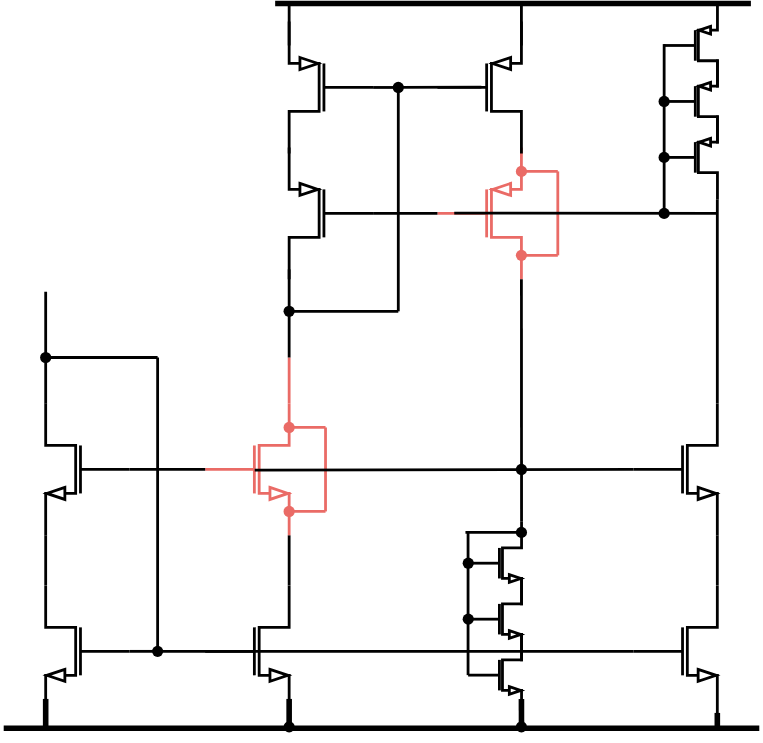
Before: 2024/07/27/biasing/cascode_selfbias.drawio.svg, a diagram exported from draw.io (raytroop/raytroop.github.io). Source tidied: cells renumbered, new cells last; positions are measured from the earlier drawing's top-left corner, leaving out a move shared by most shapes. Source of this version:
```xml
<mxGraphModel>
  <root>
    <mxCell id="0" />
    <mxCell id="1" parent="0" />
    <mxCell id="2" style="verticalLabelPosition=bottom;shadow=0;dashed=0;align=center;html=1;verticalAlign=top;shape=mxgraph.electrical.transistors.nmos;flipH=1;strokeWidth=2;" parent="1" vertex="1">
      <mxGeometry x="30" y="283" width="60" height="100" as="geometry" />
    </mxCell>
    <mxCell id="3" style="verticalLabelPosition=bottom;shadow=0;dashed=0;align=center;html=1;verticalAlign=top;shape=mxgraph.electrical.transistors.nmos;flipH=1;strokeWidth=2;" parent="1" vertex="1">
      <mxGeometry x="30" y="413" width="60" height="100" as="geometry" />
    </mxCell>
    <mxCell id="4" style="edgeStyle=orthogonalEdgeStyle;rounded=0;jettySize=auto;html=1;exitX=1;exitY=1;exitDx=0;exitDy=0;exitPerimeter=0;entryX=1;entryY=0;entryDx=0;entryDy=0;entryPerimeter=0;endArrow=none;endFill=0;strokeWidth=2;" parent="1" edge="1" source="2" target="3">
      <mxGeometry relative="1" as="geometry" />
    </mxCell>
    <mxCell id="5" style="verticalLabelPosition=bottom;shadow=0;dashed=0;align=center;html=1;verticalAlign=top;shape=mxgraph.electrical.transistors.nmos;flipH=0;strokeWidth=2;strokeColor=#EA6B66;" parent="1" vertex="1">
      <mxGeometry x="144" y="283" width="60" height="100" as="geometry" />
    </mxCell>
    <mxCell id="6" style="verticalLabelPosition=bottom;shadow=0;dashed=0;align=center;html=1;verticalAlign=top;shape=mxgraph.electrical.transistors.nmos;flipH=0;strokeWidth=2;" parent="1" vertex="1">
      <mxGeometry x="144" y="413" width="60" height="100" as="geometry" />
    </mxCell>
    <mxCell id="7" style="edgeStyle=orthogonalEdgeStyle;rounded=0;jettySize=auto;html=1;exitX=1;exitY=1;exitDx=0;exitDy=0;exitPerimeter=0;entryX=1;entryY=0;entryDx=0;entryDy=0;entryPerimeter=0;endArrow=none;endFill=0;strokeWidth=2;" parent="1" edge="1" source="5" target="6">
      <mxGeometry relative="1" as="geometry" />
    </mxCell>
    <mxCell id="8" style="endArrow=none;html=1;rounded=0;entryX=0;entryY=0.5;entryDx=0;entryDy=0;entryPerimeter=0;strokeWidth=2;" parent="1" edge="1" target="5">
      <mxGeometry relative="1" as="geometry">
        <mxPoint x="90" y="333" as="sourcePoint" />
      </mxGeometry>
    </mxCell>
    <mxCell id="9" style="endArrow=none;html=1;rounded=0;entryX=0;entryY=0.5;entryDx=0;entryDy=0;entryPerimeter=0;strokeWidth=2;" parent="1" edge="1" source="12" target="54">
      <mxGeometry relative="1" as="geometry" />
    </mxCell>
    <mxCell id="10" style="endArrow=none;html=1;rounded=0;strokeWidth=2;" parent="1" edge="1">
      <mxGeometry relative="1" as="geometry">
        <mxPoint x="110" y="463" as="sourcePoint" />
        <mxPoint x="110" y="253" as="targetPoint" />
      </mxGeometry>
    </mxCell>
    <mxCell id="11" style="endArrow=none;html=1;rounded=0;entryDx=0;entryDy=0;entryPerimeter=0;strokeWidth=2;" parent="1" edge="1" target="12">
      <mxGeometry relative="1" as="geometry">
        <mxPoint x="90" y="463" as="sourcePoint" />
      </mxGeometry>
    </mxCell>
    <mxCell id="12" style="shape=waypoint;sketch=0;fillStyle=solid;size=6;points=[];fillColor=none;perimeter=centerPerimeter;snapToPoint=1;strokeWidth=2;" parent="1" vertex="1">
      <mxGeometry x="100" y="453" width="20" height="20" as="geometry" />
    </mxCell>
    <mxCell id="13" style="endArrow=none;html=1;rounded=0;strokeWidth=2;" parent="1" edge="1">
      <mxGeometry relative="1" as="geometry">
        <mxPoint x="30" y="253" as="sourcePoint" />
        <mxPoint x="110" y="253" as="targetPoint" />
      </mxGeometry>
    </mxCell>
    <mxCell id="14" style="endArrow=none;html=1;rounded=0;strokeWidth=2;" parent="1" edge="1" source="16">
      <mxGeometry relative="1" as="geometry">
        <mxPoint x="30" y="206" as="targetPoint" />
      </mxGeometry>
    </mxCell>
    <mxCell id="15" style="endArrow=none;html=1;rounded=0;strokeWidth=2;" parent="1" edge="1" target="16">
      <mxGeometry relative="1" as="geometry">
        <mxPoint x="30" y="286" as="sourcePoint" />
      </mxGeometry>
    </mxCell>
    <mxCell id="16" style="shape=waypoint;sketch=0;fillStyle=solid;size=6;points=[];fillColor=none;perimeter=centerPerimeter;snapToPoint=1;strokeWidth=2;" parent="1" vertex="1">
      <mxGeometry x="20" y="243" width="20" height="20" as="geometry" />
    </mxCell>
    <mxCell id="17" style="endArrow=none;html=1;rounded=0;strokeWidth=2;strokeColor=#EA6B66;" parent="1" edge="1">
      <mxGeometry relative="1" as="geometry">
        <mxPoint x="204" y="303" as="sourcePoint" />
        <mxPoint x="230" y="303" as="targetPoint" />
      </mxGeometry>
    </mxCell>
    <mxCell id="18" style="endArrow=none;html=1;rounded=0;strokeWidth=2;strokeColor=#EA6B66;" parent="1" edge="1">
      <mxGeometry relative="1" as="geometry">
        <mxPoint x="204" y="363" as="sourcePoint" />
        <mxPoint x="230" y="363" as="targetPoint" />
      </mxGeometry>
    </mxCell>
    <mxCell id="19" style="endArrow=none;html=1;rounded=0;strokeWidth=2;strokeColor=#EA6B66;" parent="1" edge="1">
      <mxGeometry relative="1" as="geometry">
        <mxPoint x="230" y="363" as="sourcePoint" />
        <mxPoint x="230" y="303" as="targetPoint" />
      </mxGeometry>
    </mxCell>
    <mxCell id="20" style="shape=waypoint;sketch=0;fillStyle=solid;size=6;fillColor=none;perimeter=centerPerimeter;strokeWidth=2;strokeColor=#EA6B66;" parent="1" vertex="1">
      <mxGeometry x="194" y="353" width="20" height="20" as="geometry" />
    </mxCell>
    <mxCell id="21" style="shape=waypoint;sketch=0;fillStyle=solid;size=6;fillColor=none;perimeter=centerPerimeter;strokeWidth=2;strokeColor=#EA6B66;" parent="1" vertex="1">
      <mxGeometry x="194" y="293" width="20" height="20" as="geometry" />
    </mxCell>
    <mxCell id="22" style="endArrow=none;html=1;rounded=0;exitX=1;exitY=0;exitDx=0;exitDy=0;exitPerimeter=0;strokeWidth=2;strokeColor=#EA6B66;" parent="1" edge="1" source="5">
      <mxGeometry relative="1" as="geometry">
        <mxPoint x="204" y="253" as="targetPoint" />
      </mxGeometry>
    </mxCell>
    <mxCell id="23" style="verticalLabelPosition=bottom;shadow=0;dashed=0;align=center;html=1;verticalAlign=top;shape=mxgraph.electrical.transistors.pmos;direction=east;flipH=1;strokeWidth=2;" parent="1" vertex="1">
      <mxGeometry x="204" y="100" width="60" height="100" as="geometry" />
    </mxCell>
    <mxCell id="24" style="verticalLabelPosition=bottom;shadow=0;dashed=0;align=center;html=1;verticalAlign=top;shape=mxgraph.electrical.transistors.pmos;direction=east;flipH=1;strokeWidth=2;" parent="1" vertex="1">
      <mxGeometry x="204" y="10" width="60" height="100" as="geometry" />
    </mxCell>
    <mxCell id="25" style="endArrow=none;html=1;rounded=0;strokeWidth=2;" parent="1" edge="1">
      <mxGeometry relative="1" as="geometry">
        <mxPoint x="204" y="253" as="sourcePoint" />
        <mxPoint x="204" y="190" as="targetPoint" />
      </mxGeometry>
    </mxCell>
    <mxCell id="26" style="endArrow=none;html=1;rounded=0;exitDx=0;exitDy=0;exitPerimeter=0;entryX=0.523;entryY=0.498;entryDx=0;entryDy=0;entryPerimeter=0;strokeWidth=2;" parent="1" edge="1" source="32" target="34">
      <mxGeometry relative="1" as="geometry" />
    </mxCell>
    <mxCell id="27" style="endArrow=none;html=1;rounded=0;strokeWidth=2;" parent="1" edge="1">
      <mxGeometry relative="1" as="geometry">
        <mxPoint x="282" y="220" as="sourcePoint" />
        <mxPoint x="282" y="60" as="targetPoint" />
      </mxGeometry>
    </mxCell>
    <mxCell id="28" style="endArrow=none;html=1;rounded=0;strokeWidth=2;" parent="1" edge="1" source="30">
      <mxGeometry relative="1" as="geometry">
        <mxPoint x="282" y="220" as="targetPoint" />
      </mxGeometry>
    </mxCell>
    <mxCell id="29" style="endArrow=none;html=1;rounded=0;strokeWidth=2;" parent="1" edge="1" target="30">
      <mxGeometry relative="1" as="geometry">
        <mxPoint x="204" y="220" as="sourcePoint" />
      </mxGeometry>
    </mxCell>
    <mxCell id="30" style="shape=waypoint;sketch=0;fillStyle=solid;size=6;points=[];fillColor=none;perimeter=centerPerimeter;snapToPoint=1;strokeWidth=2;" parent="1" vertex="1">
      <mxGeometry x="194" y="210" width="20" height="20" as="geometry" />
    </mxCell>
    <mxCell id="31" style="endArrow=none;html=1;rounded=0;exitX=0;exitY=0.5;exitDx=0;exitDy=0;exitPerimeter=0;strokeWidth=2;" parent="1" edge="1" source="24" target="32">
      <mxGeometry relative="1" as="geometry" />
    </mxCell>
    <mxCell id="32" style="shape=waypoint;sketch=0;fillStyle=solid;size=6;points=[];fillColor=none;perimeter=centerPerimeter;snapToPoint=1;strokeWidth=2;" parent="1" vertex="1">
      <mxGeometry x="272" y="50" width="20" height="20" as="geometry" />
    </mxCell>
    <mxCell id="33" style="verticalLabelPosition=bottom;shadow=0;dashed=0;align=center;html=1;verticalAlign=top;shape=mxgraph.electrical.transistors.pmos;direction=east;flipH=0;strokeWidth=2;strokeColor=#EA6B66;" parent="1" vertex="1">
      <mxGeometry x="310" y="100" width="60" height="100" as="geometry" />
    </mxCell>
    <mxCell id="34" style="verticalLabelPosition=bottom;shadow=0;dashed=0;align=center;html=1;verticalAlign=top;shape=mxgraph.electrical.transistors.pmos;direction=east;flipH=0;strokeWidth=2;" parent="1" vertex="1">
      <mxGeometry x="310" y="10" width="60" height="100" as="geometry" />
    </mxCell>
    <mxCell id="35" style="endArrow=none;html=1;rounded=0;exitX=0;exitY=0.5;exitDx=0;exitDy=0;exitPerimeter=0;entryX=0;entryY=0.5;entryDx=0;entryDy=0;entryPerimeter=0;strokeWidth=2;" parent="1" edge="1" source="23" target="33">
      <mxGeometry relative="1" as="geometry" />
    </mxCell>
    <mxCell id="36" style="endArrow=none;html=1;rounded=0;strokeWidth=2;strokeColor=#EA6B66;" parent="1" edge="1">
      <mxGeometry relative="1" as="geometry">
        <mxPoint x="370" y="120" as="sourcePoint" />
        <mxPoint x="396" y="120" as="targetPoint" />
      </mxGeometry>
    </mxCell>
    <mxCell id="37" style="endArrow=none;html=1;rounded=0;strokeWidth=2;strokeColor=#EA6B66;" parent="1" edge="1">
      <mxGeometry relative="1" as="geometry">
        <mxPoint x="370" y="180" as="sourcePoint" />
        <mxPoint x="396" y="180" as="targetPoint" />
      </mxGeometry>
    </mxCell>
    <mxCell id="38" style="endArrow=none;html=1;rounded=0;strokeWidth=2;strokeColor=#EA6B66;" parent="1" edge="1">
      <mxGeometry relative="1" as="geometry">
        <mxPoint x="396" y="180" as="sourcePoint" />
        <mxPoint x="396" y="120" as="targetPoint" />
      </mxGeometry>
    </mxCell>
    <mxCell id="39" style="shape=waypoint;sketch=0;fillStyle=solid;size=6;fillColor=none;perimeter=centerPerimeter;strokeWidth=2;strokeColor=#EA6B66;" parent="1" vertex="1">
      <mxGeometry x="360" y="170" width="20" height="20" as="geometry" />
    </mxCell>
    <mxCell id="40" style="shape=waypoint;sketch=0;fillStyle=solid;size=6;fillColor=none;perimeter=centerPerimeter;strokeWidth=2;strokeColor=#EA6B66;" parent="1" vertex="1">
      <mxGeometry x="360" y="110" width="20" height="20" as="geometry" />
    </mxCell>
    <mxCell id="41" style="endArrow=none;html=1;rounded=0;entryX=1;entryY=1;entryDx=0;entryDy=0;entryPerimeter=0;exitX=1;exitY=0;exitDx=0;exitDy=0;exitPerimeter=0;strokeWidth=2;" parent="1" edge="1" source="42" target="33">
      <mxGeometry relative="1" as="geometry" />
    </mxCell>
    <mxCell id="42" style="verticalLabelPosition=bottom;shadow=0;dashed=0;align=center;html=1;verticalAlign=top;shape=mxgraph.electrical.transistors.nmos;flipH=0;strokeWidth=2;" parent="1" vertex="1">
      <mxGeometry x="321" y="370" width="60" height="60" as="geometry" />
    </mxCell>
    <mxCell id="43" style="verticalLabelPosition=bottom;shadow=0;dashed=0;align=center;html=1;verticalAlign=top;shape=mxgraph.electrical.transistors.nmos;flipH=0;strokeWidth=2;" parent="1" vertex="1">
      <mxGeometry x="321" y="410" width="60" height="60" as="geometry" />
    </mxCell>
    <mxCell id="44" style="verticalLabelPosition=bottom;shadow=0;dashed=0;align=center;html=1;verticalAlign=top;shape=mxgraph.electrical.transistors.nmos;flipH=0;strokeWidth=2;" parent="1" vertex="1">
      <mxGeometry x="321" y="450" width="60" height="60" as="geometry" />
    </mxCell>
    <mxCell id="45" style="endArrow=none;html=1;rounded=0;exitX=0.59;exitY=0.509;exitDx=0;exitDy=0;exitPerimeter=0;entryX=0;entryY=0.5;entryDx=0;entryDy=0;entryPerimeter=0;strokeWidth=2;" parent="1" edge="1" target="53">
      <mxGeometry relative="1" as="geometry">
        <mxPoint x="179.4" y="333.4" as="sourcePoint" />
      </mxGeometry>
    </mxCell>
    <mxCell id="46" style="shape=waypoint;sketch=0;fillStyle=solid;size=6;fillColor=none;perimeter=centerPerimeter;strokeWidth=2;" parent="1" vertex="1">
      <mxGeometry x="360" y="323" width="20" height="20" as="geometry" />
    </mxCell>
    <mxCell id="47" style="endArrow=none;html=1;rounded=0;exitX=0;exitY=0.5;exitDx=0;exitDy=0;exitPerimeter=0;strokeWidth=2;" parent="1" edge="1">
      <mxGeometry relative="1" as="geometry">
        <mxPoint x="331.9" y="480" as="sourcePoint" />
        <mxPoint x="331.9" y="377" as="targetPoint" />
      </mxGeometry>
    </mxCell>
    <mxCell id="48" style="shape=waypoint;sketch=0;fillStyle=solid;size=6;fillColor=none;perimeter=centerPerimeter;strokeWidth=2;" parent="1" vertex="1">
      <mxGeometry x="322" y="430" width="20" height="20" as="geometry" />
    </mxCell>
    <mxCell id="49" style="endArrow=none;html=1;rounded=0;strokeWidth=2;" parent="1" edge="1">
      <mxGeometry relative="1" as="geometry">
        <mxPoint x="330" y="378" as="sourcePoint" />
        <mxPoint x="370" y="378" as="targetPoint" />
      </mxGeometry>
    </mxCell>
    <mxCell id="50" style="endArrow=none;html=1;rounded=0;exitX=0;exitY=0.5;exitDx=0;exitDy=0;exitPerimeter=0;strokeWidth=2;" parent="1" edge="1" source="42" target="51">
      <mxGeometry relative="1" as="geometry" />
    </mxCell>
    <mxCell id="51" style="shape=waypoint;sketch=0;fillStyle=solid;size=6;points=[];fillColor=none;perimeter=centerPerimeter;snapToPoint=1;strokeWidth=2;" parent="1" vertex="1">
      <mxGeometry x="322" y="390" width="20" height="20" as="geometry" />
    </mxCell>
    <mxCell id="52" style="shape=waypoint;sketch=0;fillStyle=solid;size=6;fillColor=none;perimeter=centerPerimeter;strokeWidth=2;" parent="1" vertex="1">
      <mxGeometry x="360" y="368" width="20" height="20" as="geometry" />
    </mxCell>
    <mxCell id="53" style="verticalLabelPosition=bottom;shadow=0;dashed=0;align=center;html=1;verticalAlign=top;shape=mxgraph.electrical.transistors.nmos;flipH=0;strokeWidth=2;" parent="1" vertex="1">
      <mxGeometry x="450" y="283" width="60" height="100" as="geometry" />
    </mxCell>
    <mxCell id="54" style="verticalLabelPosition=bottom;shadow=0;dashed=0;align=center;html=1;verticalAlign=top;shape=mxgraph.electrical.transistors.nmos;flipH=0;strokeWidth=2;" parent="1" vertex="1">
      <mxGeometry x="450" y="413" width="60" height="100" as="geometry" />
    </mxCell>
    <mxCell id="55" style="edgeStyle=orthogonalEdgeStyle;rounded=0;jettySize=auto;html=1;exitX=1;exitY=1;exitDx=0;exitDy=0;exitPerimeter=0;entryX=1;entryY=0;entryDx=0;entryDy=0;entryPerimeter=0;endArrow=none;endFill=0;strokeWidth=2;" parent="1" edge="1" source="53" target="54">
      <mxGeometry relative="1" as="geometry" />
    </mxCell>
    <mxCell id="56" style="verticalLabelPosition=bottom;shadow=0;dashed=0;align=center;html=1;verticalAlign=top;shape=mxgraph.electrical.transistors.pmos;direction=east;flipH=0;strokeWidth=2;" parent="1" vertex="1">
      <mxGeometry x="461" width="60" height="60" as="geometry" />
    </mxCell>
    <mxCell id="57" style="verticalLabelPosition=bottom;shadow=0;dashed=0;align=center;html=1;verticalAlign=top;shape=mxgraph.electrical.transistors.pmos;direction=east;flipH=0;strokeWidth=2;" parent="1" vertex="1">
      <mxGeometry x="461" y="40" width="60" height="60" as="geometry" />
    </mxCell>
    <mxCell id="58" style="verticalLabelPosition=bottom;shadow=0;dashed=0;align=center;html=1;verticalAlign=top;shape=mxgraph.electrical.transistors.pmos;direction=east;flipH=0;strokeWidth=2;" parent="1" vertex="1">
      <mxGeometry x="461" y="80" width="60" height="60" as="geometry" />
    </mxCell>
    <mxCell id="59" style="endArrow=none;html=1;rounded=0;exitX=1;exitY=0;exitDx=0;exitDy=0;exitPerimeter=0;strokeWidth=2;" parent="1" edge="1" source="53">
      <mxGeometry relative="1" as="geometry">
        <mxPoint x="510" y="140" as="targetPoint" />
      </mxGeometry>
    </mxCell>
    <mxCell id="60" style="endArrow=none;html=1;rounded=0;strokeWidth=2;" parent="1" edge="1">
      <mxGeometry relative="1" as="geometry">
        <mxPoint x="472" y="149" as="sourcePoint" />
        <mxPoint x="472" y="29" as="targetPoint" />
      </mxGeometry>
    </mxCell>
    <mxCell id="61" style="endArrow=none;html=1;rounded=0;strokeWidth=2;" parent="1" edge="1">
      <mxGeometry relative="1" as="geometry">
        <mxPoint x="322" y="149.8" as="sourcePoint" />
        <mxPoint x="510" y="150" as="targetPoint" />
      </mxGeometry>
    </mxCell>
    <mxCell id="62" style="shape=waypoint;sketch=0;fillStyle=solid;size=6;fillColor=none;perimeter=centerPerimeter;strokeWidth=2;" parent="1" vertex="1">
      <mxGeometry x="462" y="140" width="20" height="20" as="geometry" />
    </mxCell>
    <mxCell id="63" style="shape=waypoint;sketch=0;fillStyle=solid;size=6;fillColor=none;perimeter=centerPerimeter;strokeWidth=2;" parent="1" vertex="1">
      <mxGeometry x="462" y="100" width="20" height="20" as="geometry" />
    </mxCell>
    <mxCell id="64" style="shape=waypoint;sketch=0;fillStyle=solid;size=6;fillColor=none;perimeter=centerPerimeter;strokeWidth=2;" parent="1" vertex="1">
      <mxGeometry x="462" y="60" width="20" height="20" as="geometry" />
    </mxCell>
    <mxCell id="65" style="endArrow=none;html=1;rounded=0;strokeWidth=4;" parent="1" edge="1">
      <mxGeometry relative="1" as="geometry">
        <mxPoint x="194" as="sourcePoint" />
        <mxPoint x="534" as="targetPoint" />
      </mxGeometry>
    </mxCell>
    <mxCell id="66" style="endArrow=none;html=1;rounded=0;strokeWidth=2;" parent="1" edge="1">
      <mxGeometry relative="1" as="geometry">
        <mxPoint x="204" y="30" as="sourcePoint" />
        <mxPoint x="204" as="targetPoint" />
      </mxGeometry>
    </mxCell>
    <mxCell id="67" style="endArrow=none;html=1;rounded=0;strokeWidth=2;" parent="1" edge="1">
      <mxGeometry relative="1" as="geometry">
        <mxPoint x="370" y="30" as="sourcePoint" />
        <mxPoint x="370" as="targetPoint" />
      </mxGeometry>
    </mxCell>
    <mxCell id="68" style="endArrow=none;html=1;rounded=0;strokeWidth=4;" parent="1" edge="1">
      <mxGeometry relative="1" as="geometry">
        <mxPoint x="370.1" y="517" as="sourcePoint" />
        <mxPoint x="370" y="497" as="targetPoint" />
      </mxGeometry>
    </mxCell>
    <mxCell id="69" style="endArrow=none;html=1;rounded=0;strokeWidth=4;" parent="1" edge="1">
      <mxGeometry relative="1" as="geometry">
        <mxPoint x="204" y="517" as="sourcePoint" />
        <mxPoint x="204" y="497" as="targetPoint" />
      </mxGeometry>
    </mxCell>
    <mxCell id="70" style="endArrow=none;html=1;rounded=0;strokeWidth=4;" parent="1" edge="1">
      <mxGeometry relative="1" as="geometry">
        <mxPoint x="30" y="517" as="sourcePoint" />
        <mxPoint x="30" y="497" as="targetPoint" />
      </mxGeometry>
    </mxCell>
    <mxCell id="71" style="shape=waypoint;sketch=0;fillStyle=solid;size=6;fillColor=none;perimeter=centerPerimeter;strokeWidth=2;" parent="1" vertex="1">
      <mxGeometry x="194" y="507" width="20" height="20" as="geometry" />
    </mxCell>
    <mxCell id="72" style="endArrow=none;html=1;rounded=0;strokeWidth=4;" parent="1" edge="1">
      <mxGeometry relative="1" as="geometry">
        <mxPoint x="540" y="518" as="sourcePoint" />
        <mxPoint y="518" as="targetPoint" />
      </mxGeometry>
    </mxCell>
    <mxCell id="73" style="shape=waypoint;sketch=0;fillStyle=solid;size=6;fillColor=none;perimeter=centerPerimeter;strokeWidth=2;" parent="1" vertex="1">
      <mxGeometry x="360" y="507" width="20" height="20" as="geometry" />
    </mxCell>
    <mxCell id="74" style="endArrow=none;html=1;rounded=0;strokeWidth=4;" parent="1" edge="1">
      <mxGeometry relative="1" as="geometry">
        <mxPoint x="510" y="507" as="sourcePoint" />
        <mxPoint x="510" y="517" as="targetPoint" />
      </mxGeometry>
    </mxCell>
  </root>
</mxGraphModel>
```
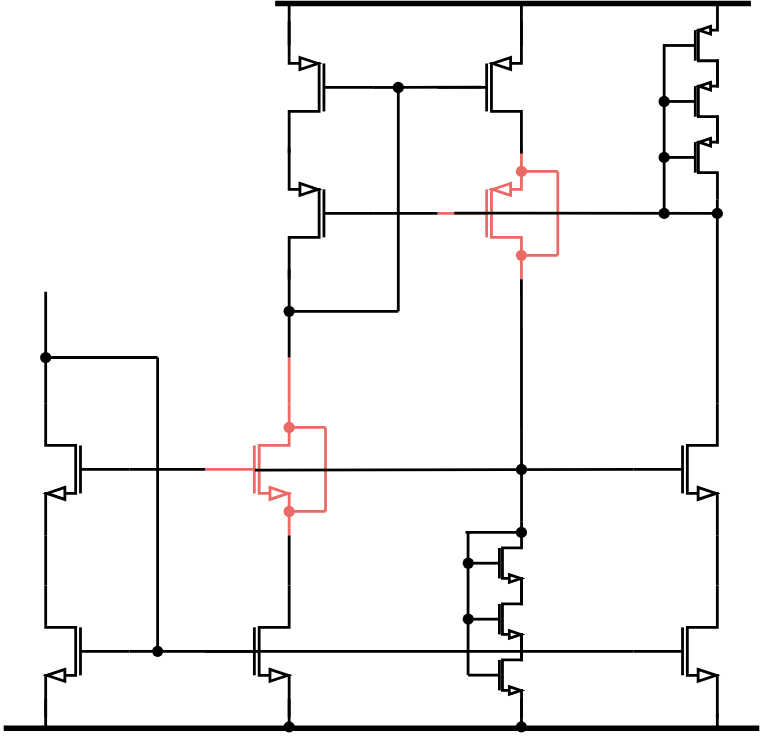
Above is the later version.

What changed in the source:
```diff
@@ -269,19 +269,19 @@
         <mxPoint x="370" as="targetPoint" />
       </mxGeometry>
     </mxCell>
-    <mxCell id="68" style="endArrow=none;html=1;rounded=0;strokeWidth=4;" parent="1" edge="1">
+    <mxCell id="68" style="endArrow=none;html=1;rounded=0;strokeWidth=2;" parent="1" edge="1">
       <mxGeometry relative="1" as="geometry">
         <mxPoint x="370.1" y="517" as="sourcePoint" />
         <mxPoint x="370" y="497" as="targetPoint" />
       </mxGeometry>
     </mxCell>
-    <mxCell id="69" style="endArrow=none;html=1;rounded=0;strokeWidth=4;" parent="1" edge="1">
+    <mxCell id="69" style="endArrow=none;html=1;rounded=0;strokeWidth=2;" parent="1" edge="1">
       <mxGeometry relative="1" as="geometry">
         <mxPoint x="204" y="517" as="sourcePoint" />
         <mxPoint x="204" y="497" as="targetPoint" />
       </mxGeometry>
     </mxCell>
-    <mxCell id="70" style="endArrow=none;html=1;rounded=0;strokeWidth=4;" parent="1" edge="1">
+    <mxCell id="70" style="endArrow=none;html=1;rounded=0;strokeWidth=2;" parent="1" edge="1">
       <mxGeometry relative="1" as="geometry">
         <mxPoint x="30" y="517" as="sourcePoint" />
         <mxPoint x="30" y="497" as="targetPoint" />
@@ -299,11 +299,14 @@
     <mxCell id="73" style="shape=waypoint;sketch=0;fillStyle=solid;size=6;fillColor=none;perimeter=centerPerimeter;strokeWidth=2;" parent="1" vertex="1">
       <mxGeometry x="360" y="507" width="20" height="20" as="geometry" />
     </mxCell>
-    <mxCell id="74" style="endArrow=none;html=1;rounded=0;strokeWidth=4;" parent="1" edge="1">
+    <mxCell id="74" style="endArrow=none;html=1;rounded=0;strokeWidth=2;" parent="1" edge="1">
       <mxGeometry relative="1" as="geometry">
         <mxPoint x="510" y="507" as="sourcePoint" />
         <mxPoint x="510" y="517" as="targetPoint" />
       </mxGeometry>
     </mxCell>
+    <mxCell id="75" style="shape=waypoint;sketch=0;fillStyle=solid;size=6;fillColor=none;perimeter=centerPerimeter;strokeWidth=2;" parent="1" vertex="1">
+      <mxGeometry x="500" y="140" width="20" height="20" as="geometry" />
+    </mxCell>
   </root>
 </mxGraphModel>
```
